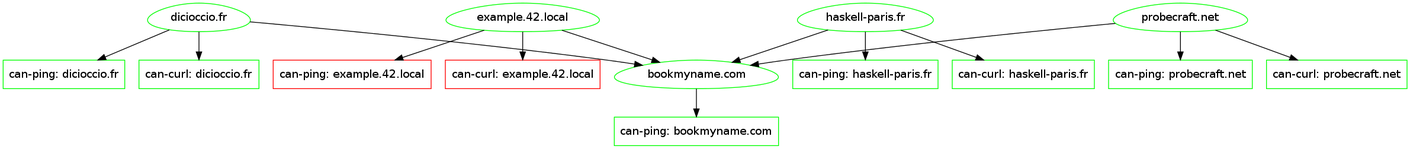
lucasdicioccio/deptrack keeps this Graphviz diagram as examples/service.png. Above is the earlier version. Its source is kept beside it as examples/service.dot. The source it was exported from:
```dot
digraph G {
u0[color="green",label="bookmyname.com",shape="egg"];
u1[color="green",label="dicioccio.fr",shape="egg"];
u2[color="green",label="example.42.local",shape="egg"];
u3[color="green",label="haskell-paris.fr",shape="egg"];
u4[color="green",label="probecraft.net",shape="egg"];
u5[color="green",label="can-curl: dicioccio.fr",shape="rectangle"];
u6[color="red",label="can-curl: example.42.local",shape="rectangle"];
u7[color="green",label="can-curl: haskell-paris.fr",shape="rectangle"];
u8[color="green",label="can-curl: probecraft.net",shape="rectangle"];
u9[color="green",label="can-ping: bookmyname.com",shape="rectangle"];
u10[color="green",label="can-ping: dicioccio.fr",shape="rectangle"];
u11[color="red",label="can-ping: example.42.local",shape="rectangle"];
u12[color="green",label="can-ping: haskell-paris.fr",shape="rectangle"];
u13[color="green",label="can-ping: probecraft.net",shape="rectangle"];
u0 -> u9;
u1 -> u0;
u1 -> u5;
u1 -> u10;
u2 -> u0;
u2 -> u6;
u2 -> u11;
u3 -> u0;
u3 -> u7;
u3 -> u12;
u4 -> u0;
u4 -> u8;
u4 -> u13;

}
```
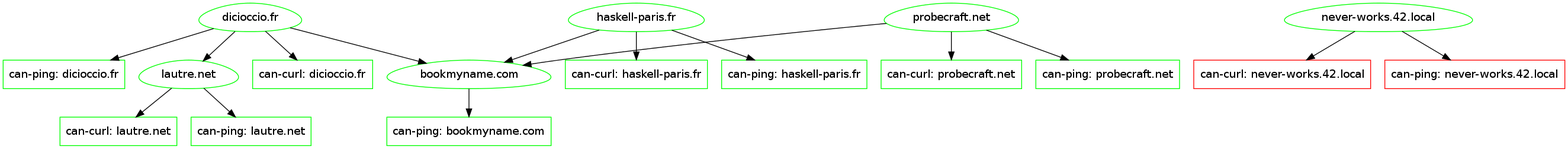
Above is the later version.

Diff of the diagram source:
```diff
@@ -1,30 +1,35 @@
 digraph G {
 u0[color="green",label="bookmyname.com",shape="egg"];
 u1[color="green",label="dicioccio.fr",shape="egg"];
-u2[color="green",label="example.42.local",shape="egg"];
-u3[color="green",label="haskell-paris.fr",shape="egg"];
-u4[color="green",label="probecraft.net",shape="egg"];
-u5[color="green",label="can-curl: dicioccio.fr",shape="rectangle"];
-u6[color="red",label="can-curl: example.42.local",shape="rectangle"];
+u2[color="green",label="haskell-paris.fr",shape="egg"];
+u3[color="green",label="lautre.net",shape="egg"];
+u4[color="green",label="never-works.42.local",shape="egg"];
+u5[color="green",label="probecraft.net",shape="egg"];
+u6[color="green",label="can-curl: dicioccio.fr",shape="rectangle"];
 u7[color="green",label="can-curl: haskell-paris.fr",shape="rectangle"];
-u8[color="green",label="can-curl: probecraft.net",shape="rectangle"];
-u9[color="green",label="can-ping: bookmyname.com",shape="rectangle"];
-u10[color="green",label="can-ping: dicioccio.fr",shape="rectangle"];
-u11[color="red",label="can-ping: example.42.local",shape="rectangle"];
-u12[color="green",label="can-ping: haskell-paris.fr",shape="rectangle"];
-u13[color="green",label="can-ping: probecraft.net",shape="rectangle"];
-u0 -> u9;
+u8[color="green",label="can-curl: lautre.net",shape="rectangle"];
+u9[color="red",label="can-curl: never-works.42.local",shape="rectangle"];
+u10[color="green",label="can-curl: probecraft.net",shape="rectangle"];
+u11[color="green",label="can-ping: bookmyname.com",shape="rectangle"];
+u12[color="green",label="can-ping: dicioccio.fr",shape="rectangle"];
+u13[color="green",label="can-ping: haskell-paris.fr",shape="rectangle"];
+u14[color="green",label="can-ping: lautre.net",shape="rectangle"];
+u15[color="red",label="can-ping: never-works.42.local",shape="rectangle"];
+u16[color="green",label="can-ping: probecraft.net",shape="rectangle"];
+u0 -> u11;
 u1 -> u0;
-u1 -> u5;
-u1 -> u10;
+u1 -> u3;
+u1 -> u6;
+u1 -> u12;
 u2 -> u0;
-u2 -> u6;
-u2 -> u11;
-u3 -> u0;
-u3 -> u7;
-u3 -> u12;
-u4 -> u0;
-u4 -> u8;
-u4 -> u13;
+u2 -> u7;
+u2 -> u13;
+u3 -> u8;
+u3 -> u14;
+u4 -> u9;
+u4 -> u15;
+u5 -> u0;
+u5 -> u10;
+u5 -> u16;
 
 }
```
